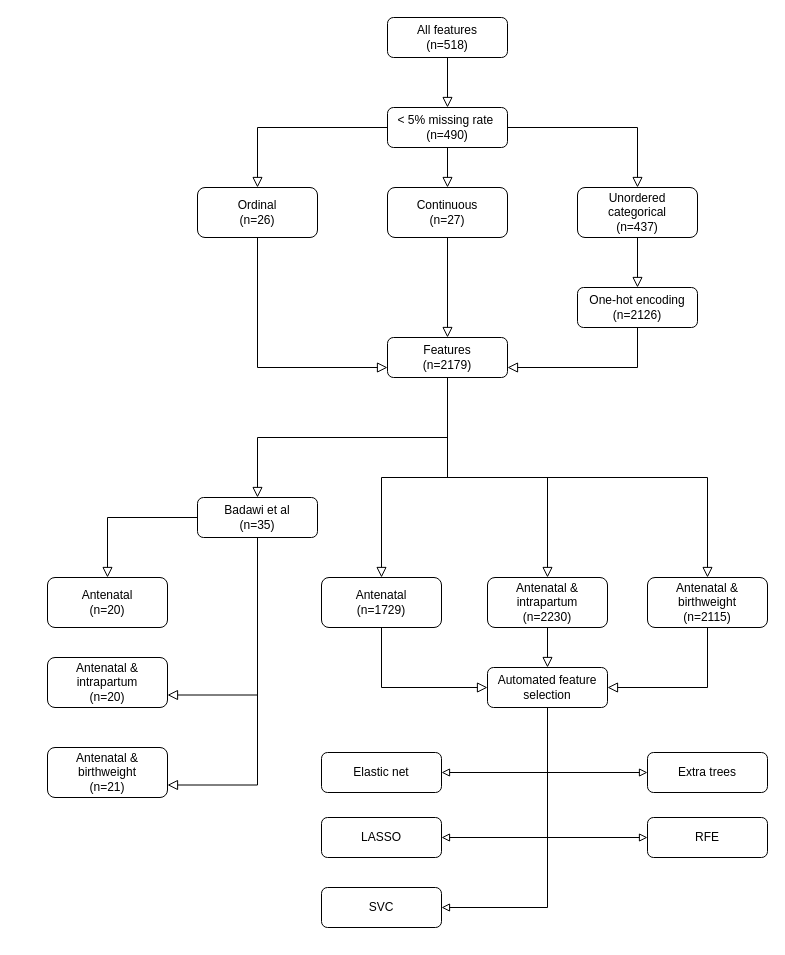
Before: workflow.drawio in MRCIEU/hie-ml, a draw.io diagram. Source tidied: cells renumbered, new cells numbered last; positions are measured from the earlier drawing's top-left corner, leaving out a move shared by most shapes. Both pictures are drawn from the tidied source at 100%, with x=0, y=0 at pixel (47, 17).
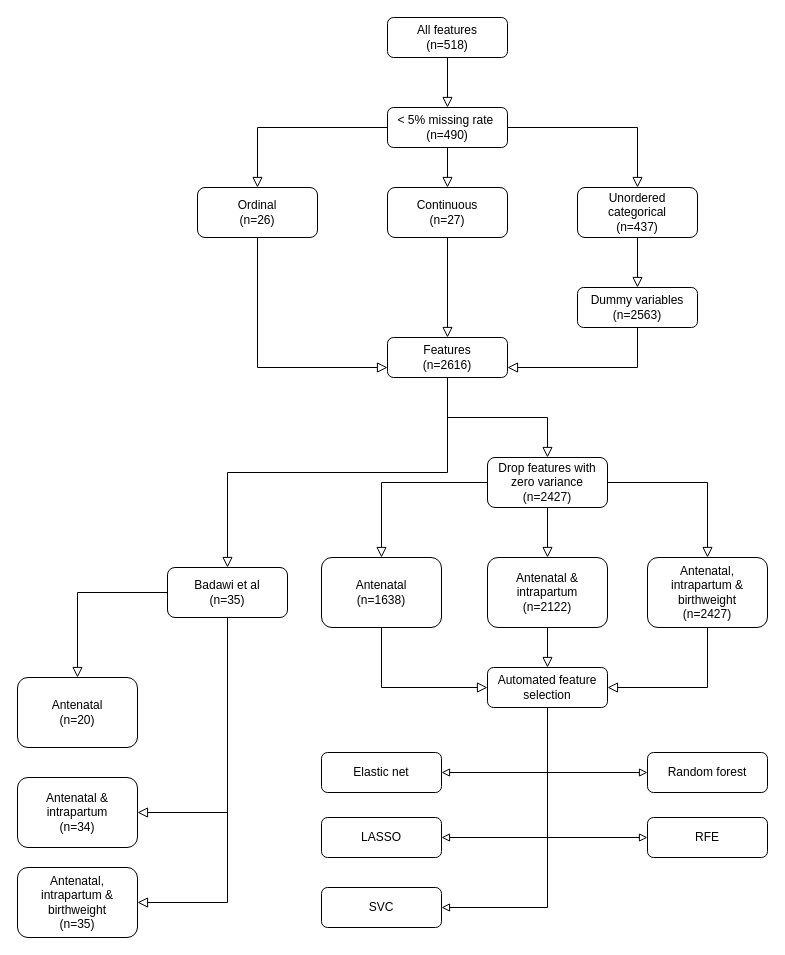
After the change.

What changed in the source:
```diff
@@
-    <mxCell id="11" value="One-hot encoding&lt;br&gt;(n=2126)" style="rounded=1;whiteSpace=wrap;html=1;fontSize=12;glass=0;strokeWidth=1;shadow=0;" parent="1" vertex="1">
+    <mxCell id="11" value="Dummy variables&lt;br&gt;(n=2563)" style="rounded=1;whiteSpace=wrap;html=1;fontSize=12;glass=0;strokeWidth=1;shadow=0;" parent="1" vertex="1">
       <mxGeometry x="530" y="270" width="120" height="40" as="geometry" />
     </mxCell>
@@
+    <mxCell id="45" style="edgeStyle=orthogonalEdgeStyle;rounded=0;jettySize=auto;html=1;endArrow=block;endFill=0;endSize=8;" parent="1" edge="1" source="20" target="49">
+      <mxGeometry relative="1" as="geometry" />
+    </mxCell>
-    <mxCell id="16" style="edgeStyle=orthogonalEdgeStyle;rounded=0;jettySize=auto;html=1;exitX=0.5;exitY=1;exitDx=0;exitDy=0;entryX=0.5;entryY=0;entryDx=0;entryDy=0;endArrow=block;endFill=0;endSize=8;" parent="1" edge="1" source="20" target="24">
+    <mxCell id="16" style="edgeStyle=orthogonalEdgeStyle;rounded=0;jettySize=auto;html=1;exitX=0.5;exitY=1;exitDx=0;exitDy=0;endArrow=block;endFill=0;endSize=8;" parent="1" edge="1" source="20" target="24">
       <mxGeometry relative="1" as="geometry" />
     </mxCell>
-    <mxCell id="17" style="edgeStyle=orthogonalEdgeStyle;rounded=0;jettySize=auto;html=1;exitX=0.5;exitY=1;exitDx=0;exitDy=0;entryX=0.5;entryY=0;entryDx=0;entryDy=0;endArrow=block;endFill=0;endSize=8;" parent="1" edge="1" source="20" target="29">
-      <mxGeometry relative="1" as="geometry" />
-    </mxCell>
-    <mxCell id="18" style="edgeStyle=orthogonalEdgeStyle;rounded=0;jettySize=auto;html=1;exitX=0.5;exitY=1;exitDx=0;exitDy=0;entryX=0.5;entryY=0;entryDx=0;entryDy=0;endArrow=block;endFill=0;endSize=8;" parent="1" edge="1" source="20" target="31">
-      <mxGeometry relative="1" as="geometry" />
-    </mxCell>
-    <mxCell id="19" style="edgeStyle=orthogonalEdgeStyle;rounded=0;jettySize=auto;html=1;exitX=0.5;exitY=1;exitDx=0;exitDy=0;entryX=0.5;entryY=0;entryDx=0;entryDy=0;endArrow=block;endFill=0;endSize=8;" parent="1" edge="1" source="20" target="33">
-      <mxGeometry relative="1" as="geometry" />
-    </mxCell>
-    <mxCell id="20" value="Features&lt;br&gt;(n=2179)" style="rounded=1;whiteSpace=wrap;html=1;fontSize=12;glass=0;strokeWidth=1;shadow=0;" parent="1" vertex="1">
+    <mxCell id="20" value="Features&lt;br&gt;(n=2616)" style="rounded=1;whiteSpace=wrap;html=1;fontSize=12;glass=0;strokeWidth=1;shadow=0;" parent="1" vertex="1">
       <mxGeometry x="340" y="320" width="120" height="40" as="geometry" />
     </mxCell>
@@
-    <mxCell id="22" style="edgeStyle=orthogonalEdgeStyle;rounded=0;jettySize=auto;html=1;exitX=0.5;exitY=1;exitDx=0;exitDy=0;entryX=1;entryY=0.75;entryDx=0;entryDy=0;endArrow=block;endFill=0;endSize=8;" parent="1" edge="1" source="24" target="26">
+    <mxCell id="22" style="edgeStyle=orthogonalEdgeStyle;rounded=0;jettySize=auto;html=1;exitX=0.5;exitY=1;exitDx=0;exitDy=0;entryX=1;entryY=0.5;entryDx=0;entryDy=0;endArrow=block;endFill=0;endSize=8;" parent="1" edge="1" source="24" target="26">
       <mxGeometry relative="1" as="geometry" />
     </mxCell>
-    <mxCell id="23" style="edgeStyle=orthogonalEdgeStyle;rounded=0;jettySize=auto;html=1;exitX=0.5;exitY=1;exitDx=0;exitDy=0;entryX=1;entryY=0.75;entryDx=0;entryDy=0;endArrow=block;endFill=0;endSize=8;" parent="1" edge="1" source="24" target="27">
+    <mxCell id="23" style="edgeStyle=orthogonalEdgeStyle;rounded=0;jettySize=auto;html=1;exitX=0.5;exitY=1;exitDx=0;exitDy=0;entryX=1;entryY=0.5;entryDx=0;entryDy=0;endArrow=block;endFill=0;endSize=8;" parent="1" edge="1" source="24" target="27">
       <mxGeometry relative="1" as="geometry" />
     </mxCell>
     <mxCell id="24" value="Badawi et al&lt;br&gt;(n=35)" style="rounded=1;whiteSpace=wrap;html=1;fontSize=12;glass=0;strokeWidth=1;shadow=0;" parent="1" vertex="1">
-      <mxGeometry x="150" y="480" width="120" height="40" as="geometry" />
+      <mxGeometry x="120" y="550" width="120" height="50" as="geometry" />
     </mxCell>
     <mxCell id="25" value="Antenatal&lt;br&gt;(n=20)" style="rounded=1;whiteSpace=wrap;html=1;fontSize=12;glass=0;strokeWidth=1;shadow=0;" parent="1" vertex="1">
-      <mxGeometry y="560" width="120" height="50" as="geometry" />
+      <mxGeometry x="-30" y="660" width="120" height="70" as="geometry" />
     </mxCell>
-    <mxCell id="26" value="Antenatal &amp;amp; intrapartum&lt;br&gt;(n=20)" style="rounded=1;whiteSpace=wrap;html=1;fontSize=12;glass=0;strokeWidth=1;shadow=0;" parent="1" vertex="1">
-      <mxGeometry y="640" width="120" height="50" as="geometry" />
+    <mxCell id="26" value="Antenatal &amp;amp; intrapartum&lt;br&gt;(n=34)" style="rounded=1;whiteSpace=wrap;html=1;fontSize=12;glass=0;strokeWidth=1;shadow=0;" parent="1" vertex="1">
+      <mxGeometry x="-30" y="760" width="120" height="70" as="geometry" />
     </mxCell>
-    <mxCell id="27" value="Antenatal &amp;amp; birthweight&lt;br&gt;(n=21)" style="rounded=1;whiteSpace=wrap;html=1;fontSize=12;glass=0;strokeWidth=1;shadow=0;" parent="1" vertex="1">
-      <mxGeometry y="730" width="120" height="50" as="geometry" />
+    <mxCell id="27" value="Antenatal, intrapartum &amp;amp; birthweight&lt;br&gt;(n=35)" style="rounded=1;whiteSpace=wrap;html=1;fontSize=12;glass=0;strokeWidth=1;shadow=0;" parent="1" vertex="1">
+      <mxGeometry x="-30" y="850" width="120" height="70" as="geometry" />
     </mxCell>
@@
-    <mxCell id="29" value="Antenatal&lt;br&gt;(n=1729)" style="rounded=1;whiteSpace=wrap;html=1;fontSize=12;glass=0;strokeWidth=1;shadow=0;" parent="1" vertex="1">
-      <mxGeometry x="274" y="560" width="120" height="50" as="geometry" />
+    <mxCell id="29" value="Antenatal&lt;br&gt;(n=1638)" style="rounded=1;whiteSpace=wrap;html=1;fontSize=12;glass=0;strokeWidth=1;shadow=0;" parent="1" vertex="1">
+      <mxGeometry x="274" y="540" width="120" height="70" as="geometry" />
     </mxCell>
@@
-    <mxCell id="31" value="Antenatal &amp;amp; intrapartum&lt;br&gt;(n=2230)" style="rounded=1;whiteSpace=wrap;html=1;fontSize=12;glass=0;strokeWidth=1;shadow=0;" parent="1" vertex="1">
-      <mxGeometry x="440" y="560" width="120" height="50" as="geometry" />
+    <mxCell id="31" value="Antenatal &amp;amp; intrapartum&lt;br&gt;(n=2122)" style="rounded=1;whiteSpace=wrap;html=1;fontSize=12;glass=0;strokeWidth=1;shadow=0;" parent="1" vertex="1">
+      <mxGeometry x="440" y="540" width="120" height="70" as="geometry" />
     </mxCell>
@@
-    <mxCell id="33" value="Antenatal &amp;amp; birthweight&lt;br&gt;(n=2115)" style="rounded=1;whiteSpace=wrap;html=1;fontSize=12;glass=0;strokeWidth=1;shadow=0;" parent="1" vertex="1">
-      <mxGeometry x="600" y="560" width="120" height="50" as="geometry" />
+    <mxCell id="33" value="Antenatal, intrapartum &amp;amp; birthweight&lt;br&gt;(n=2427)" style="rounded=1;whiteSpace=wrap;html=1;fontSize=12;glass=0;strokeWidth=1;shadow=0;" parent="1" vertex="1">
+      <mxGeometry x="600" y="540" width="120" height="70" as="geometry" />
     </mxCell>
@@
-    <mxCell id="42" value="Extra trees" style="rounded=1;whiteSpace=wrap;html=1;fontSize=12;glass=0;strokeWidth=1;shadow=0;" parent="1" vertex="1">
+    <mxCell id="42" value="Random forest" style="rounded=1;whiteSpace=wrap;html=1;fontSize=12;glass=0;strokeWidth=1;shadow=0;" parent="1" vertex="1">
       <mxGeometry x="600" y="735" width="120" height="40" as="geometry" />
     </mxCell>
@@
+    <mxCell id="46" style="edgeStyle=orthogonalEdgeStyle;rounded=0;jettySize=auto;html=1;entryX=0.5;entryY=0;entryDx=0;entryDy=0;endArrow=block;endFill=0;endSize=8;" parent="1" edge="1" source="49" target="31">
+      <mxGeometry relative="1" as="geometry" />
+    </mxCell>
+    <mxCell id="47" style="edgeStyle=orthogonalEdgeStyle;rounded=0;jettySize=auto;html=1;exitX=1;exitY=0.5;exitDx=0;exitDy=0;entryX=0.5;entryY=0;entryDx=0;entryDy=0;endArrow=block;endFill=0;endSize=8;" parent="1" edge="1" source="49" target="33">
+      <mxGeometry relative="1" as="geometry" />
+    </mxCell>
+    <mxCell id="48" style="edgeStyle=orthogonalEdgeStyle;rounded=0;jettySize=auto;html=1;exitX=0;exitY=0.5;exitDx=0;exitDy=0;endArrow=block;endFill=0;endSize=8;" parent="1" edge="1" source="49" target="29">
+      <mxGeometry relative="1" as="geometry" />
+    </mxCell>
+    <mxCell id="49" value="Drop features with&lt;br&gt;&amp;nbsp;zero variance&amp;nbsp;&lt;br&gt;(n=2427)" style="rounded=1;whiteSpace=wrap;html=1;fontSize=12;glass=0;strokeWidth=1;shadow=0;" parent="1" vertex="1">
+      <mxGeometry x="440" y="440" width="120" height="50" as="geometry" />
+    </mxCell>
```
